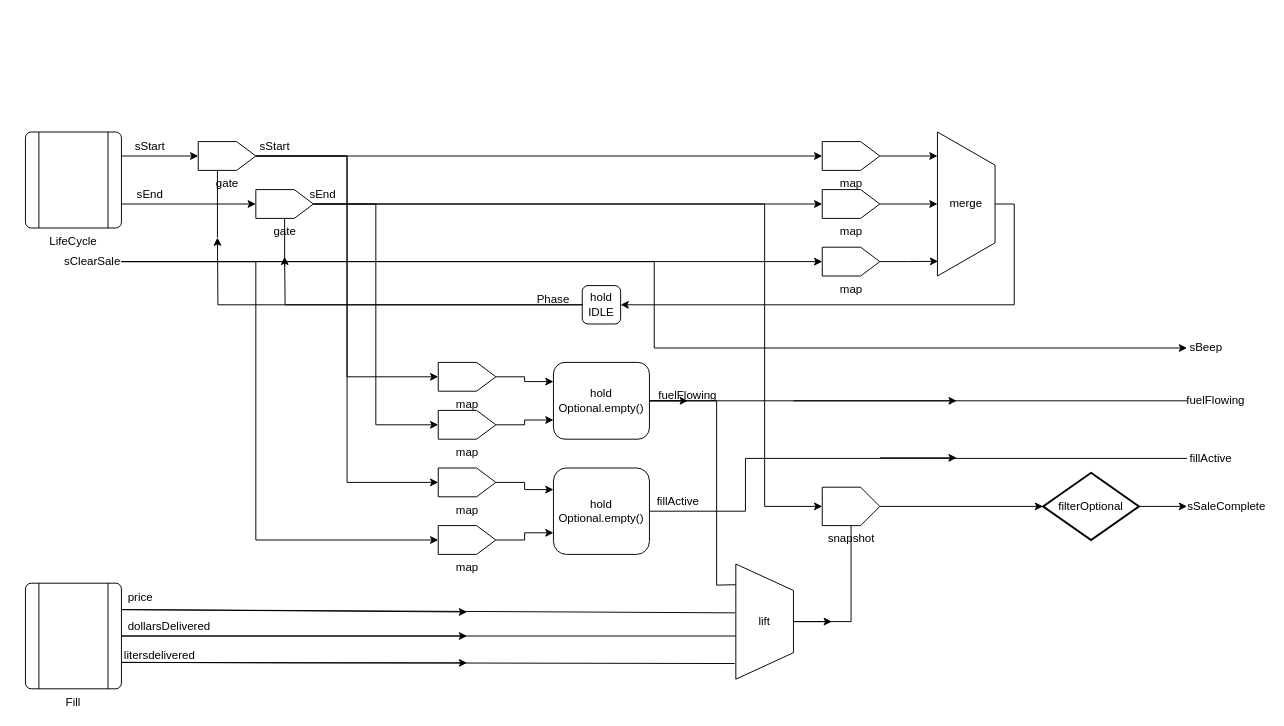
Above: NotifyPointOfSale.drawio in suzuki-taro-29/FRP-chap4-diagrams (draw.io), before the change. Source tidied: cells renumbered, new cells numbered last; positions are measured from the earlier drawing's top-left corner, leaving out a move shared by most shapes. Both pictures are drawn from the tidied source at 96%, with x=0, y=0 at pixel (25, 132).
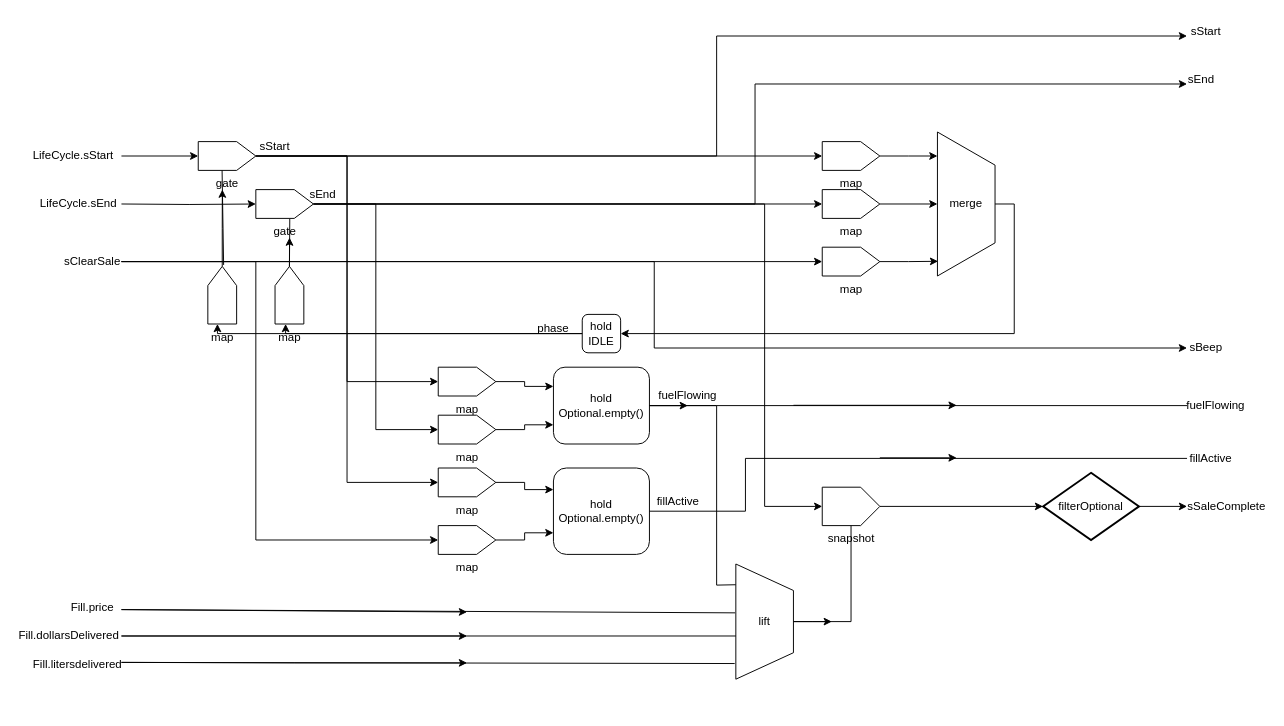
Above is the later version.

Commit message:
NotifyPointOfSale.drawio を更新します

The change refers to these unchanged cells:
```xml
<mxCell id="29" value="gate" style="verticalLabelPosition=bottom;verticalAlign=top;html=1;shape=offPageConnector;rounded=0;size=0.3333333333333333;direction=north;" parent="1" vertex="1">
  <mxGeometry x="180" y="10" width="60" height="30" as="geometry" />
</mxCell>
<mxCell id="33" value="gate" style="verticalLabelPosition=bottom;verticalAlign=top;html=1;shape=offPageConnector;rounded=0;size=0.3333333333333333;direction=north;" parent="1" vertex="1">
  <mxGeometry x="240" y="60" width="60" height="30" as="geometry" />
</mxCell>
<mxCell id="58" value="lift" style="verticalLabelPosition=middle;verticalAlign=middle;html=1;shape=trapezoid;perimeter=trapezoidPerimeter;whiteSpace=wrap;size=0.23;arcSize=10;flipV=1;labelPosition=center;align=center;direction=south;" parent="1" vertex="1">
  <mxGeometry x="740" y="450" width="60" height="120" as="geometry" />
</mxCell>
```

Diff of the diagram source:
```diff
@@
-    <mxCell id="2" style="edgeStyle=orthogonalEdgeStyle;rounded=0;jettySize=auto;html=1;exitX=1;exitY=0.75;exitDx=0;exitDy=0;entryX=0.5;entryY=0;entryDx=0;entryDy=0;" parent="1" edge="1" source="3" target="33">
-      <mxGeometry relative="1" as="geometry" />
+    <mxCell id="2" style="edgeStyle=orthogonalEdgeStyle;rounded=0;jettySize=auto;html=1;exitX=1;exitY=0.75;exitDx=0;exitDy=0;entryX=0.5;entryY=0;entryDx=0;entryDy=0;" parent="1" edge="1" target="33">
+      <mxGeometry relative="1" as="geometry">
+        <mxPoint x="100" y="75" as="sourcePoint" />
+      </mxGeometry>
     </mxCell>
-    <mxCell id="3" value="LifeCycle" style="verticalLabelPosition=bottom;verticalAlign=top;html=1;shape=process;whiteSpace=wrap;rounded=1;size=0.14;arcSize=6;" parent="1" vertex="1">
-      <mxGeometry width="100" height="100" as="geometry" />
-    </mxCell>
-    <mxCell id="4" value="Fill" style="verticalLabelPosition=bottom;verticalAlign=top;html=1;shape=process;whiteSpace=wrap;rounded=1;size=0.14;arcSize=6;" parent="1" vertex="1">
-      <mxGeometry y="470" width="100" height="110" as="geometry" />
-    </mxCell>
@@
     <mxCell id="8" style="edgeStyle=orthogonalEdgeStyle;rounded=0;jettySize=auto;html=1;" parent="1" edge="1" source="9">
       <mxGeometry relative="1" as="geometry">
-        <mxPoint x="270" y="130" as="targetPoint" />
+        <mxPoint x="271" y="200" as="targetPoint" />
+        <Array as="points">
+          <mxPoint x="271" y="210" />
+          <mxPoint x="271" y="200" />
+        </Array>
       </mxGeometry>
     </mxCell>
     <mxCell id="9" value="hold&lt;div&gt;IDLE&lt;/div&gt;" style="rounded=1;whiteSpace=wrap;html=1;" parent="1" vertex="1">
-      <mxGeometry x="580" y="160" width="40" height="40" as="geometry" />
+      <mxGeometry x="580" y="190" width="40" height="40" as="geometry" />
     </mxCell>
@@
-    <mxCell id="15" value="sStart" style="text;html=1;align=center;verticalAlign=middle;whiteSpace=wrap;rounded=0;" parent="1" vertex="1">
-      <mxGeometry x="100" width="60" height="30" as="geometry" />
+    <mxCell id="15" value="LifeCycle.sStart" style="text;html=1;align=center;verticalAlign=middle;whiteSpace=wrap;rounded=0;" parent="1" vertex="1">
+      <mxGeometry x="10" y="10" width="80" height="30" as="geometry" />
     </mxCell>
-    <mxCell id="16" value="sEnd" style="text;html=1;align=center;verticalAlign=middle;whiteSpace=wrap;rounded=0;" parent="1" vertex="1">
-      <mxGeometry x="100" y="50" width="60" height="30" as="geometry" />
+    <mxCell id="16" value="LifeCycle.sEnd" style="text;html=1;align=center;verticalAlign=middle;whiteSpace=wrap;rounded=0;" parent="1" vertex="1">
+      <mxGeometry x="11" y="60" width="89" height="30" as="geometry" />
     </mxCell>
     <mxCell id="17" value="hold&lt;div&gt;Optional.empty()&lt;/div&gt;" style="rounded=1;whiteSpace=wrap;html=1;" parent="1" vertex="1">
-      <mxGeometry x="550" y="240" width="100" height="80" as="geometry" />
+      <mxGeometry x="550" y="245" width="100" height="80" as="geometry" />
     </mxCell>
@@
-    <mxCell id="25" style="endArrow=classic;html=1;rounded=0;entryX=0.5;entryY=0;entryDx=0;entryDy=0;exitX=1;exitY=0.25;exitDx=0;exitDy=0;" parent="1" edge="1" source="3" target="29">
-      <mxGeometry relative="1" as="geometry" />
+    <mxCell id="25" style="endArrow=classic;html=1;rounded=0;entryX=0.5;entryY=0;entryDx=0;entryDy=0;exitX=1;exitY=0.25;exitDx=0;exitDy=0;" parent="1" edge="1" target="29">
+      <mxGeometry relative="1" as="geometry">
+        <mxPoint x="100" y="25" as="sourcePoint" />
+      </mxGeometry>
     </mxCell>
@@
-    <mxCell id="35" value="Phase" style="text;html=1;align=center;verticalAlign=middle;whiteSpace=wrap;rounded=0;" parent="1" vertex="1">
-      <mxGeometry x="520" y="160" width="60" height="30" as="geometry" />
+    <mxCell id="35" value="phase" style="text;html=1;align=center;verticalAlign=middle;whiteSpace=wrap;rounded=0;" parent="1" vertex="1">
+      <mxGeometry x="520" y="190" width="60" height="30" as="geometry" />
     </mxCell>
     <mxCell id="36" style="edgeStyle=orthogonalEdgeStyle;rounded=0;jettySize=auto;html=1;exitX=0;exitY=0.5;exitDx=0;exitDy=0;" parent="1" edge="1" source="9">
       <mxGeometry relative="1" as="geometry">
-        <mxPoint x="200" y="110" as="targetPoint" />
+        <mxPoint x="200" y="200" as="targetPoint" />
+        <Array as="points">
+          <mxPoint x="200" y="210" />
+        </Array>
       </mxGeometry>
     </mxCell>
@@
-    <mxCell id="38" style="endArrow=none;html=1;rounded=0;entryX=0;entryY=0.5;entryDx=0;entryDy=0;" parent="1" edge="1" target="33">
-      <mxGeometry relative="1" as="geometry">
-        <mxPoint x="270" y="140" as="sourcePoint" />
-      </mxGeometry>
-    </mxCell>
-    <mxCell id="39" style="endArrow=none;html=1;rounded=0;" parent="1" edge="1">
-      <mxGeometry relative="1" as="geometry">
-        <mxPoint x="200" y="40" as="sourcePoint" />
-        <mxPoint x="200" y="110" as="targetPoint" />
-      </mxGeometry>
-    </mxCell>
@@
     <mxCell id="46" value="map" style="verticalLabelPosition=bottom;verticalAlign=top;html=1;shape=offPageConnector;rounded=0;size=0.3333333333333333;direction=north;" parent="1" vertex="1">
-      <mxGeometry x="430" y="240" width="60" height="30" as="geometry" />
+      <mxGeometry x="430" y="245" width="60" height="30" as="geometry" />
     </mxCell>
@@
     <mxCell id="48" value="map" style="verticalLabelPosition=bottom;verticalAlign=top;html=1;shape=offPageConnector;rounded=0;size=0.3333333333333333;direction=north;" parent="1" vertex="1">
-      <mxGeometry x="430" y="290" width="60" height="30" as="geometry" />
+      <mxGeometry x="430" y="295" width="60" height="30" as="geometry" />
     </mxCell>
@@
-    <mxCell id="53" value="price" style="text;html=1;align=center;verticalAlign=middle;whiteSpace=wrap;rounded=0;" parent="1" vertex="1">
-      <mxGeometry x="90" y="470" width="60" height="30" as="geometry" />
+    <mxCell id="53" value="Fill.price" style="text;html=1;align=center;verticalAlign=middle;whiteSpace=wrap;rounded=0;" parent="1" vertex="1">
+      <mxGeometry x="40" y="480" width="60" height="30" as="geometry" />
     </mxCell>
-    <mxCell id="54" value="dollarsDelivered" style="text;html=1;align=center;verticalAlign=middle;whiteSpace=wrap;rounded=0;" parent="1" vertex="1">
-      <mxGeometry x="120" y="500" width="60" height="30" as="geometry" />
+    <mxCell id="54" value="Fill.dollarsDelivered" style="text;html=1;align=center;verticalAlign=middle;whiteSpace=wrap;rounded=0;" parent="1" vertex="1">
+      <mxGeometry x="-9" y="510" width="109" height="30" as="geometry" />
     </mxCell>
-    <mxCell id="55" value="litersdelivered" style="text;html=1;align=center;verticalAlign=middle;whiteSpace=wrap;rounded=0;" parent="1" vertex="1">
-      <mxGeometry x="110" y="530" width="60" height="30" as="geometry" />
+    <mxCell id="55" value="Fill.litersdelivered" style="text;html=1;align=center;verticalAlign=middle;whiteSpace=wrap;rounded=0;" parent="1" vertex="1">
+      <mxGeometry x="9" y="540" width="91" height="30" as="geometry" />
     </mxCell>
@@
     <mxCell id="59" style="endArrow=none;html=1;rounded=0;entryX=1;entryY=0.5;entryDx=0;entryDy=0;exitX=0.82;exitY=1.002;exitDx=0;exitDy=0;exitPerimeter=0;" parent="1" edge="1" source="58" target="17">
       <mxGeometry relative="1" as="geometry">
         <Array as="points">
           <mxPoint x="720" y="472" />
-          <mxPoint x="720" y="280" />
+          <mxPoint x="720" y="285" />
+          <mxPoint x="690" y="285" />
         </Array>
       </mxGeometry>
     </mxCell>
-    <mxCell id="60" style="endArrow=none;html=1;rounded=0;entryX=1;entryY=0.25;entryDx=0;entryDy=0;exitX=0.576;exitY=1.012;exitDx=0;exitDy=0;exitPerimeter=0;" parent="1" edge="1" source="58" target="4">
-      <mxGeometry relative="1" as="geometry" />
+    <mxCell id="60" style="endArrow=none;html=1;rounded=0;entryX=1;entryY=0.25;entryDx=0;entryDy=0;exitX=0.576;exitY=1.012;exitDx=0;exitDy=0;exitPerimeter=0;" parent="1" edge="1" source="58">
+      <mxGeometry relative="1" as="geometry">
+        <mxPoint x="100" y="497.5" as="targetPoint" />
+      </mxGeometry>
     </mxCell>
-    <mxCell id="61" style="endArrow=none;html=1;rounded=0;exitX=1;exitY=0.5;exitDx=0;exitDy=0;" parent="1" edge="1" source="4">
+    <mxCell id="61" style="endArrow=none;html=1;rounded=0;exitX=1;exitY=0.5;exitDx=0;exitDy=0;" parent="1" edge="1">
       <mxGeometry relative="1" as="geometry">
+        <mxPoint x="100" y="525" as="sourcePoint" />
         <mxPoint x="740" y="525" as="targetPoint" />
       </mxGeometry>
     </mxCell>
-    <mxCell id="62" style="endArrow=none;html=1;rounded=0;exitX=1;exitY=0.75;exitDx=0;exitDy=0;entryX=0.136;entryY=1.02;entryDx=0;entryDy=0;entryPerimeter=0;" parent="1" edge="1" source="4" target="58">
-      <mxGeometry relative="1" as="geometry" />
+    <mxCell id="62" style="endArrow=none;html=1;rounded=0;exitX=1;exitY=0.75;exitDx=0;exitDy=0;entryX=0.136;entryY=1.02;entryDx=0;entryDy=0;entryPerimeter=0;" parent="1" edge="1" target="58">
+      <mxGeometry relative="1" as="geometry">
+        <mxPoint x="100" y="552.5" as="sourcePoint" />
+      </mxGeometry>
     </mxCell>
-    <mxCell id="63" style="endArrow=classic;html=1;rounded=0;exitX=1;exitY=0.25;exitDx=0;exitDy=0;" parent="1" edge="1" source="4">
+    <mxCell id="63" style="endArrow=classic;html=1;rounded=0;exitX=1;exitY=0.25;exitDx=0;exitDy=0;" parent="1" edge="1">
       <mxGeometry relative="1" as="geometry">
+        <mxPoint x="100" y="497.5" as="sourcePoint" />
         <mxPoint x="460" y="500" as="targetPoint" />
       </mxGeometry>
     </mxCell>
-    <mxCell id="64" style="endArrow=classic;html=1;rounded=0;exitX=1;exitY=0.5;exitDx=0;exitDy=0;" parent="1" edge="1" source="4">
+    <mxCell id="64" style="endArrow=classic;html=1;rounded=0;exitX=1;exitY=0.5;exitDx=0;exitDy=0;" parent="1" edge="1">
       <mxGeometry relative="1" as="geometry">
+        <mxPoint x="100" y="525" as="sourcePoint" />
         <mxPoint x="460" y="525" as="targetPoint" />
       </mxGeometry>
     </mxCell>
-    <mxCell id="65" style="endArrow=classic;html=1;rounded=0;exitX=1;exitY=0.75;exitDx=0;exitDy=0;" parent="1" edge="1" source="4">
+    <mxCell id="65" style="endArrow=classic;html=1;rounded=0;exitX=1;exitY=0.75;exitDx=0;exitDy=0;" parent="1" edge="1">
       <mxGeometry relative="1" as="geometry">
+        <mxPoint x="100" y="552.5" as="sourcePoint" />
         <mxPoint x="460" y="553" as="targetPoint" />
         <Array as="points">
           <mxPoint x="280" y="553" />
         </Array>
       </mxGeometry>
     </mxCell>
@@
     <mxCell id="68" style="endArrow=classic;html=1;rounded=0;exitX=1;exitY=0.5;exitDx=0;exitDy=0;" parent="1" edge="1" source="17">
       <mxGeometry relative="1" as="geometry">
-        <mxPoint x="690" y="280" as="targetPoint" />
+        <mxPoint x="690" y="285" as="targetPoint" />
       </mxGeometry>
     </mxCell>
@@
     <mxCell id="72" value="fuelFlowing" style="text;html=1;align=center;verticalAlign=middle;whiteSpace=wrap;rounded=0;" parent="1" vertex="1">
-      <mxGeometry x="1210" y="265" width="60" height="30" as="geometry" />
+      <mxGeometry x="1210" y="270" width="60" height="30" as="geometry" />
     </mxCell>
     <mxCell id="73" style="endArrow=none;html=1;rounded=0;exitX=1;exitY=0.5;exitDx=0;exitDy=0;entryX=0;entryY=0.5;entryDx=0;entryDy=0;" parent="1" edge="1" source="17" target="72">
-      <mxGeometry relative="1" as="geometry" />
+      <mxGeometry relative="1" as="geometry">
+        <Array as="points">
+          <mxPoint x="720" y="285" />
+        </Array>
+      </mxGeometry>
     </mxCell>
     <mxCell id="74" style="endArrow=classic;html=1;rounded=0;" parent="1" edge="1">
       <mxGeometry relative="1" as="geometry">
-        <mxPoint x="800" y="280" as="sourcePoint" />
-        <mxPoint x="970" y="280" as="targetPoint" />
+        <mxPoint x="800" y="284.7" as="sourcePoint" />
+        <mxPoint x="970" y="284.7" as="targetPoint" />
       </mxGeometry>
     </mxCell>
+    <mxCell id="75" style="edgeStyle=orthogonalEdgeStyle;rounded=0;jettySize=auto;html=1;exitX=0.5;exitY=1;exitDx=0;exitDy=0;" parent="1" edge="1" source="76">
+      <mxGeometry relative="1" as="geometry">
+        <mxPoint x="275.1" y="110" as="targetPoint" />
+      </mxGeometry>
+    </mxCell>
+    <mxCell id="76" value="map" style="verticalLabelPosition=bottom;verticalAlign=top;html=1;shape=offPageConnector;rounded=0;size=0.3333333333333333;direction=west;" parent="1" vertex="1">
+      <mxGeometry x="260" y="140" width="30" height="60" as="geometry" />
+    </mxCell>
+    <mxCell id="77" style="edgeStyle=orthogonalEdgeStyle;rounded=0;jettySize=auto;html=1;exitX=0.5;exitY=1;exitDx=0;exitDy=0;" parent="1" edge="1" source="78">
+      <mxGeometry relative="1" as="geometry">
+        <mxPoint x="205.1" y="60" as="targetPoint" />
+      </mxGeometry>
+    </mxCell>
+    <mxCell id="78" value="map" style="verticalLabelPosition=bottom;verticalAlign=top;html=1;shape=offPageConnector;rounded=0;size=0.3333333333333333;direction=west;" parent="1" vertex="1">
+      <mxGeometry x="190" y="140" width="30" height="60" as="geometry" />
+    </mxCell>
+    <mxCell id="79" style="endArrow=none;html=1;rounded=0;entryX=0.5;entryY=1;entryDx=0;entryDy=0;exitX=-0.016;exitY=0.589;exitDx=0;exitDy=0;exitPerimeter=0;" parent="1" edge="1" source="33" target="76">
+      <mxGeometry relative="1" as="geometry" />
+    </mxCell>
+    <mxCell id="80" style="endArrow=none;html=1;rounded=0;exitX=0.452;exitY=1.025;exitDx=0;exitDy=0;exitPerimeter=0;entryX=0.001;entryY=0.414;entryDx=0;entryDy=0;entryPerimeter=0;" parent="1" edge="1" source="78" target="29">
+      <mxGeometry relative="1" as="geometry" />
+    </mxCell>
+    <mxCell id="81" style="endArrow=classic;html=1;rounded=0;exitX=0.5;exitY=1;exitDx=0;exitDy=0;" parent="1" edge="1" source="29">
+      <mxGeometry relative="1" as="geometry">
+        <mxPoint x="1210" y="-100" as="targetPoint" />
+        <Array as="points">
+          <mxPoint x="720" y="25" />
+          <mxPoint x="720" y="-100" />
+        </Array>
+      </mxGeometry>
+    </mxCell>
+    <mxCell id="82" style="endArrow=classic;html=1;rounded=0;exitX=0.5;exitY=1;exitDx=0;exitDy=0;" parent="1" edge="1" source="33">
+      <mxGeometry relative="1" as="geometry">
+        <mxPoint x="1210" y="-50" as="targetPoint" />
+        <Array as="points">
+          <mxPoint x="760" y="75" />
+          <mxPoint x="760" y="-50" />
+        </Array>
+      </mxGeometry>
+    </mxCell>
+    <mxCell id="83" value="sStart" style="text;html=1;align=center;verticalAlign=middle;whiteSpace=wrap;rounded=0;" parent="1" vertex="1">
+      <mxGeometry x="1210" y="-120" width="40" height="30" as="geometry" />
+    </mxCell>
+    <mxCell id="84" value="sEnd" style="text;html=1;align=center;verticalAlign=middle;whiteSpace=wrap;rounded=0;" parent="1" vertex="1">
+      <mxGeometry x="1210" y="-70" width="30" height="30" as="geometry" />
+    </mxCell>
```
